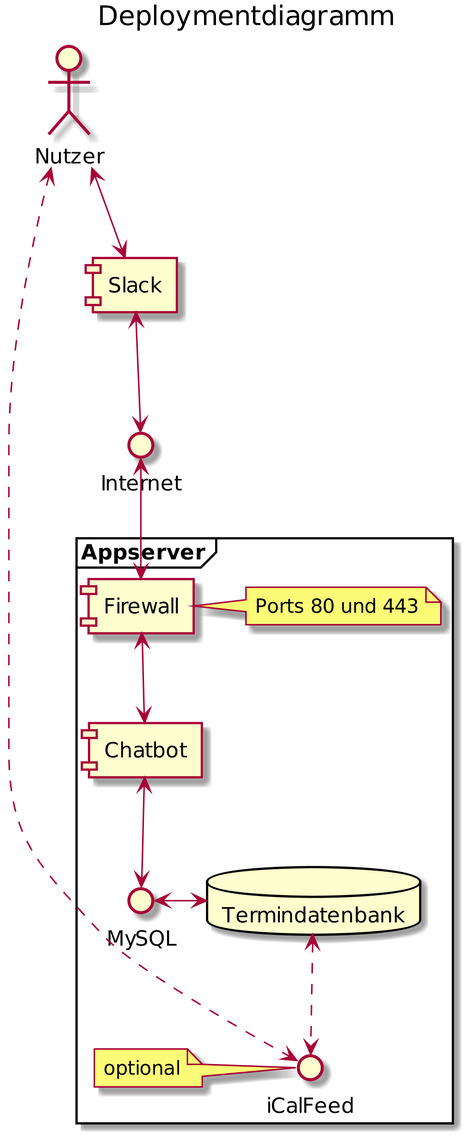
The PlantUML diagram docs/uml/architecture.png in hftlclub/stecker-slackbot, before a commit.
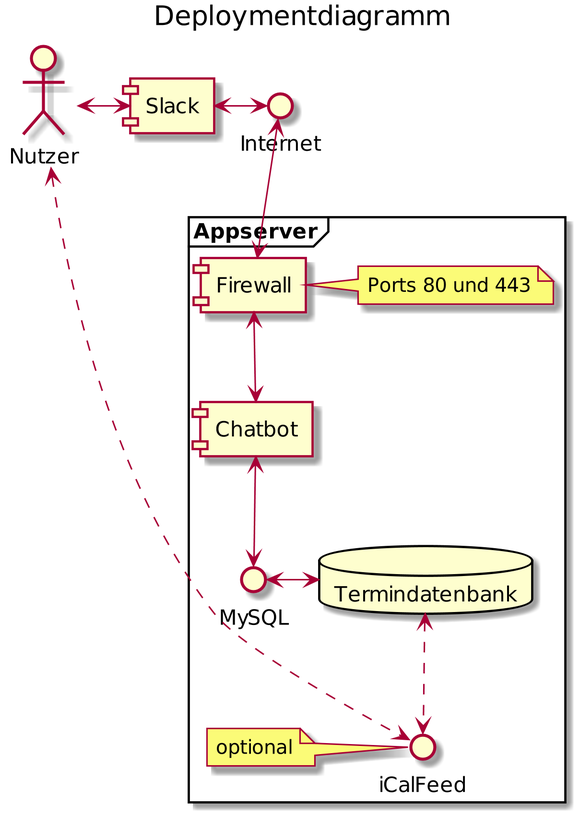
The same file after the commit.

The edit, as a diff of the source:
```diff
@@ -17,8 +17,8 @@
 database Termindatenbank
 }
 
-Nutzer <--> Slack
-Slack <--> Internet
+Nutzer <-> Slack
+Slack <-> Internet
 Internet <--> Firewall
 Firewall <--> Chatbot
 Chatbot <--> MySQL
```
